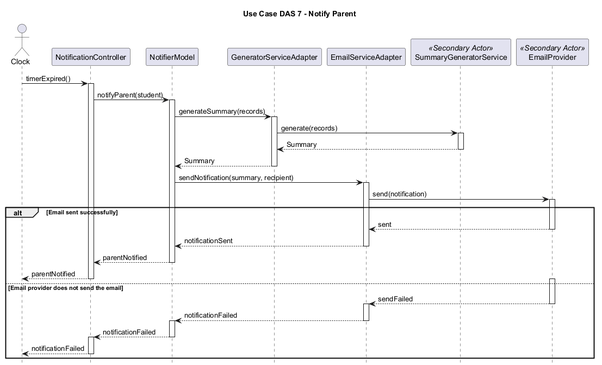
Bwooonggg/ESC-C2T5 keeps this PlantUML diagram as DAS_7/backend/docs/sequenceDiagram7_2.png. Above is the earlier version.
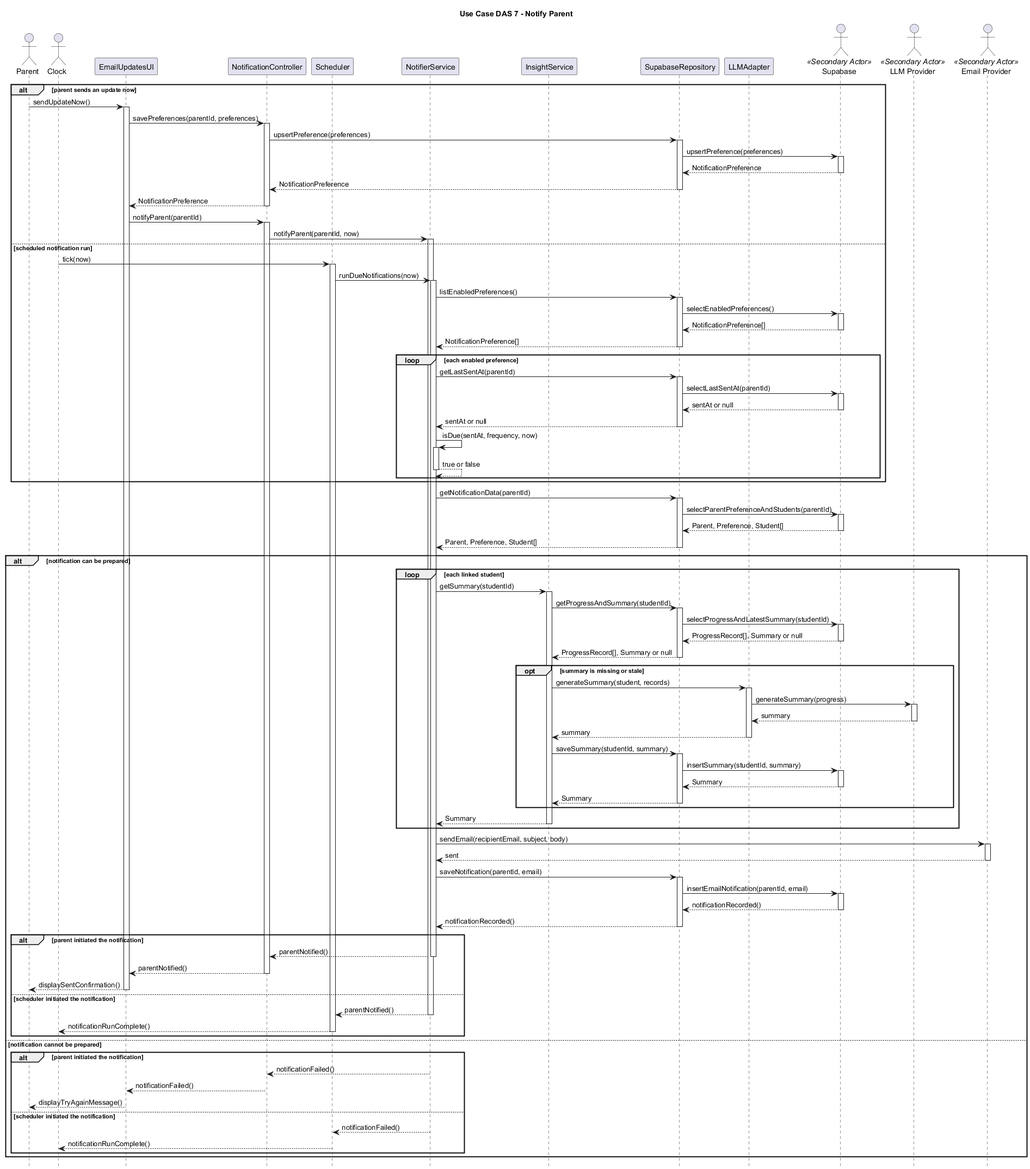
Later version of the same file.

Commit message:
docs(das7): update UML diagrams

Change to the diagram source:
```diff
@@ -2,48 +2,155 @@
 title Use Case DAS 7 - Notify Parent
 
 hide footbox
-autoactivate off
 skinparam backgroundColor white
+skinparam shadowing false
 
+actor Parent
 actor Clock
-participant NotificationController
-participant NotifierModel
-participant GeneratorServiceAdapter
-participant EmailServiceAdapter
-participant SummaryGeneratorService as SummaryService <<Secondary Actor>>
-participant EmailProvider <<Secondary Actor>>
+participant EmailUpdatesUI as UI
+participant NotificationController as Controller
+participant Scheduler
+participant NotifierService as Notifier
+participant InsightService as Insight
+participant SupabaseRepository as Repository
+participant LLMAdapter as Adapter
+actor Supabase as Database <<Secondary Actor>>
+actor "LLM Provider" as LLM <<Secondary Actor>>
+actor "Email Provider" as Email <<Secondary Actor>>
 
-Clock -> NotificationController : timerExpired()
-activate NotificationController
-NotificationController -> NotifierModel : notifyParent(student)
-activate NotifierModel
+alt parent sends an update now
+  Parent -> UI : sendUpdateNow()
+  activate UI
+  UI -> Controller : savePreferences(parentId, preferences)
+  activate Controller
+  Controller -> Repository : upsertPreference(preferences)
+  activate Repository
+  Repository -> Database : upsertPreference(preferences)
+  activate Database
+  Database --> Repository : NotificationPreference
+  deactivate Database
+  Repository --> Controller : NotificationPreference
+  deactivate Repository
+  Controller --> UI : NotificationPreference
+  deactivate Controller
+  UI -> Controller : notifyParent(parentId)
+  activate Controller
+  Controller -> Notifier : notifyParent(parentId, now)
+  activate Notifier
+else scheduled notification run
+  Clock -> Scheduler : tick(now)
+  activate Scheduler
+  Scheduler -> Notifier : runDueNotifications(now)
+  activate Notifier
+  Notifier -> Repository : listEnabledPreferences()
+  activate Repository
+  Repository -> Database : selectEnabledPreferences()
+  activate Database
+  Database --> Repository : NotificationPreference[]
+  deactivate Database
+  Repository --> Notifier : NotificationPreference[]
+  deactivate Repository
+  loop each enabled preference
+    Notifier -> Repository : getLastSentAt(parentId)
+    activate Repository
+    Repository -> Database : selectLastSentAt(parentId)
+    activate Database
+    Database --> Repository : sentAt or null
+    deactivate Database
+    Repository --> Notifier : sentAt or null
+    deactivate Repository
+    Notifier -> Notifier : isDue(sentAt, frequency, now)
+    activate Notifier
+    Notifier --> Notifier : true or false
+    deactivate Notifier
+  end
+end
 
-NotifierModel -> GeneratorServiceAdapter : generateSummary(records)
-activate GeneratorServiceAdapter
-GeneratorServiceAdapter -> SummaryService : generate(records)
-activate SummaryService
-SummaryService --> GeneratorServiceAdapter -- : Summary
-GeneratorServiceAdapter --> NotifierModel -- : Summary
+Notifier -> Repository : getNotificationData(parentId)
+activate Repository
+Repository -> Database : selectParentPreferenceAndStudents(parentId)
+activate Database
+Database --> Repository : Parent, Preference, Student[]
+deactivate Database
+Repository --> Notifier : Parent, Preference, Student[]
+deactivate Repository
 
-NotifierModel -> EmailServiceAdapter : sendNotification(summary, recipient)
-activate EmailServiceAdapter
-EmailServiceAdapter -> EmailProvider : send(notification)
-activate EmailProvider
+alt notification can be prepared
+  loop each linked student
+    Notifier -> Insight : getSummary(studentId)
+    activate Insight
+    Insight -> Repository : getProgressAndSummary(studentId)
+    activate Repository
+    Repository -> Database : selectProgressAndLatestSummary(studentId)
+    activate Database
+    Database --> Repository : ProgressRecord[], Summary or null
+    deactivate Database
+    Repository --> Insight : ProgressRecord[], Summary or null
+    deactivate Repository
 
-alt Email sent successfully
-  EmailProvider --> EmailServiceAdapter -- : sent
-  EmailServiceAdapter --> NotifierModel -- : notificationSent
-  NotifierModel --> NotificationController -- : parentNotified
-  NotificationController --> Clock -- : parentNotified
-else Email provider does not send the email
-  activate EmailProvider
-  EmailProvider --> EmailServiceAdapter -- : sendFailed
-  activate EmailServiceAdapter
-  EmailServiceAdapter --> NotifierModel -- : notificationFailed
-  activate NotifierModel
-  NotifierModel --> NotificationController -- : notificationFailed
-  activate NotificationController
-  NotificationController --> Clock -- : notificationFailed
+    opt summary is missing or stale
+      Insight -> Adapter : generateSummary(student, records)
+      activate Adapter
+      Adapter -> LLM : generateSummary(progress)
+      activate LLM
+      LLM --> Adapter : summary
+      deactivate LLM
+      Adapter --> Insight : summary
+      deactivate Adapter
+      Insight -> Repository : saveSummary(studentId, summary)
+      activate Repository
+      Repository -> Database : insertSummary(studentId, summary)
+      activate Database
+      Database --> Repository : Summary
+      deactivate Database
+      Repository --> Insight : Summary
+      deactivate Repository
+    end
+
+    Insight --> Notifier : Summary
+    deactivate Insight
+  end
+
+  Notifier -> Email : sendEmail(recipientEmail, subject, body)
+  activate Email
+  Email --> Notifier : sent
+  deactivate Email
+  Notifier -> Repository : saveNotification(parentId, email)
+  activate Repository
+  Repository -> Database : insertEmailNotification(parentId, email)
+  activate Database
+  Database --> Repository : notificationRecorded()
+  deactivate Database
+  Repository --> Notifier : notificationRecorded()
+  deactivate Repository
+
+  alt parent initiated the notification
+    Notifier --> Controller : parentNotified()
+    deactivate Notifier
+    Controller --> UI : parentNotified()
+    deactivate Controller
+    UI --> Parent : displaySentConfirmation()
+    deactivate UI
+  else scheduler initiated the notification
+    Notifier --> Scheduler : parentNotified()
+    deactivate Notifier
+    Scheduler --> Clock : notificationRunComplete()
+    deactivate Scheduler
+  end
+else notification cannot be prepared
+  alt parent initiated the notification
+    Notifier --> Controller : notificationFailed()
+    deactivate Notifier
+    Controller --> UI : notificationFailed()
+    deactivate Controller
+    UI --> Parent : displayTryAgainMessage()
+    deactivate UI
+  else scheduler initiated the notification
+    Notifier --> Scheduler : notificationFailed()
+    deactivate Notifier
+    Scheduler --> Clock : notificationRunComplete()
+    deactivate Scheduler
+  end
 end
 
 @enduml
```
